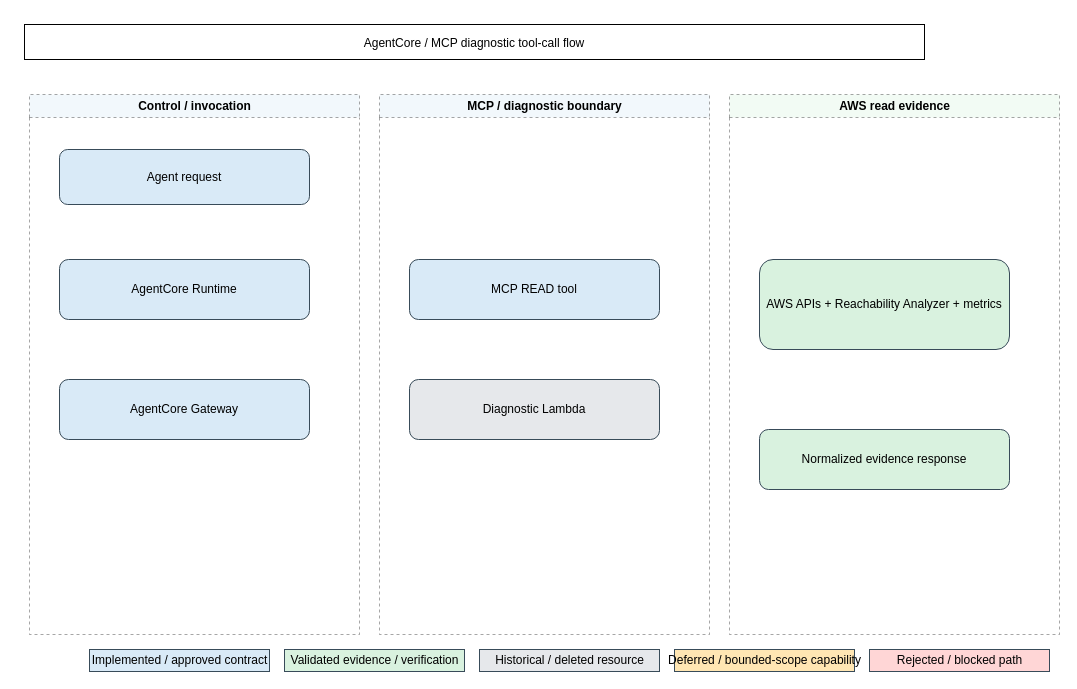
omr19/agentic-aws-network-ops keeps this draw.io diagram as docs/diagrams/03-agentcore-mcp-tool-flow.drawio. Above is the earlier version. Source tidied: cells renumbered, new cells numbered last; positions are measured from the earlier drawing's top-left corner, leaving out a move shared by most shapes. Both pictures are drawn from the tidied source at 100%, with x=0, y=0 at pixel (24, 24). Pictures stored in the file or linked from it are replaced by grey dashed boxes.
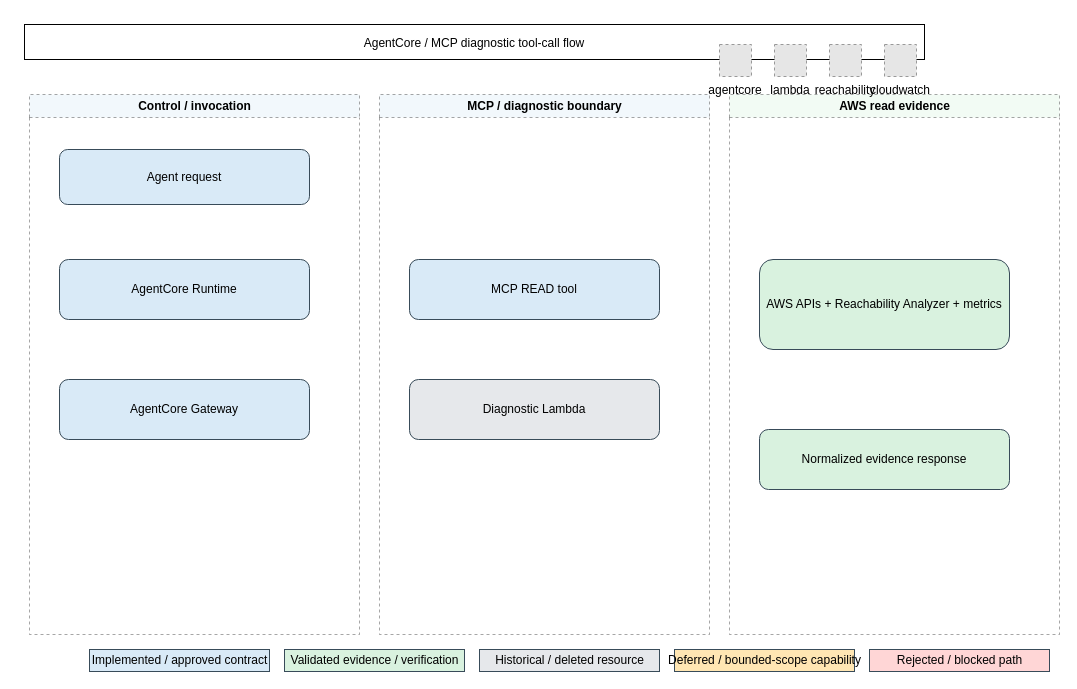
The same page after the edit.

Commit message (it also covers changes not shown here):
Enhance Phase 12 diagrams with official AWS icons and flow guidance

Diff of the diagram source:
```diff
@@
+    <mxCell id="25" value="agentcore" style="fillColor=#E6E6E6;strokeColor=#999999;dashed=1;verticalLabelPosition=bottom;verticalAlign=top;" parent="1" vertex="1">
+      <mxGeometry x="695" y="20" width="32" height="32" as="geometry" />
+    </mxCell>
+    <mxCell id="26" value="lambda" style="fillColor=#E6E6E6;strokeColor=#999999;dashed=1;verticalLabelPosition=bottom;verticalAlign=top;" parent="1" vertex="1">
+      <mxGeometry x="750" y="20" width="32" height="32" as="geometry" />
+    </mxCell>
+    <mxCell id="27" value="reachability" style="fillColor=#E6E6E6;strokeColor=#999999;dashed=1;verticalLabelPosition=bottom;verticalAlign=top;" parent="1" vertex="1">
+      <mxGeometry x="805" y="20" width="32" height="32" as="geometry" />
+    </mxCell>
+    <mxCell id="28" value="cloudwatch" style="fillColor=#E6E6E6;strokeColor=#999999;dashed=1;verticalLabelPosition=bottom;verticalAlign=top;" parent="1" vertex="1">
+      <mxGeometry x="860" y="20" width="32" height="32" as="geometry" />
+    </mxCell>
```
